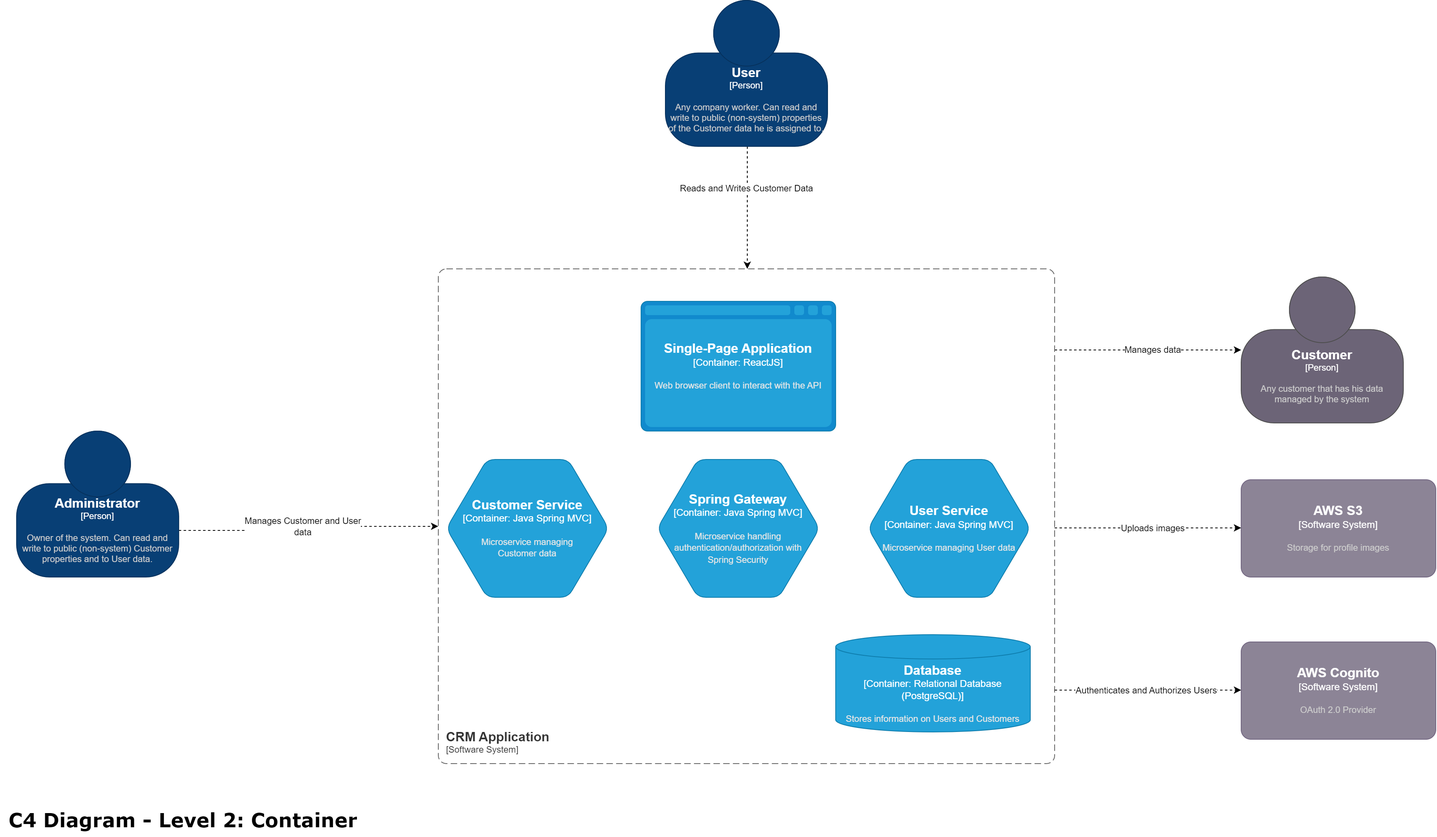
Earlier version of the draw.io export docs/c4level2.png (arthurraposodev/crm-api). Source tidied: cells renumbered, new cells last; positions are measured from the earlier drawing's top-left corner, leaving out a move shared by most shapes.
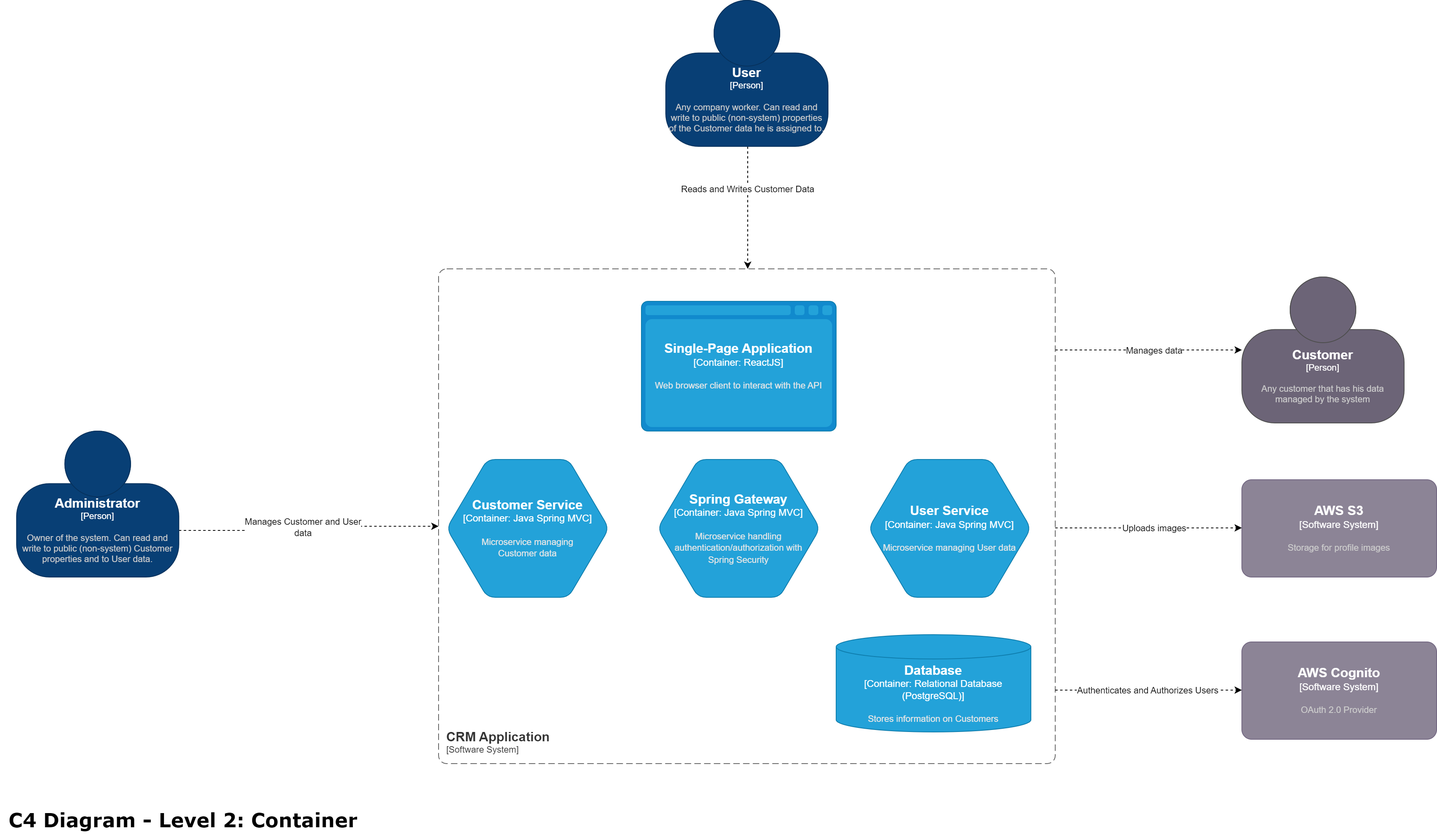
The same file after the commit.

What changed in the source:
```diff
@@ -57,7 +57,7 @@
         <mxGeometry x="540" y="331" width="760" height="610" as="geometry" />
       </mxCell>
     </object>
-    <object id="12" label="&lt;font style=&quot;font-size: 16px&quot;&gt;&lt;b&gt;%c4Type%&lt;/b&gt;&lt;/font&gt;&lt;div&gt;[%c4Container%:&amp;nbsp;%c4Technology%]&lt;/div&gt;&lt;br&gt;&lt;div&gt;&lt;font style=&quot;font-size: 11px&quot;&gt;&lt;font color=&quot;#E6E6E6&quot;&gt;%c4Description%&lt;/font&gt;&lt;/div&gt;" c4Container="Container" c4Description="Stores information on Users and Customers" c4Technology="Relational Database (PostgreSQL)" c4Type="Database" placeholders="1">
+    <object id="12" label="&lt;font style=&quot;font-size: 16px&quot;&gt;&lt;b&gt;%c4Type%&lt;/b&gt;&lt;/font&gt;&lt;div&gt;[%c4Container%:&amp;nbsp;%c4Technology%]&lt;/div&gt;&lt;br&gt;&lt;div&gt;&lt;font style=&quot;font-size: 11px&quot;&gt;&lt;font color=&quot;#E6E6E6&quot;&gt;%c4Description%&lt;/font&gt;&lt;/div&gt;" c4Container="Container" c4Description="Stores information on Customers" c4Technology="Relational Database (PostgreSQL)" c4Type="Database" placeholders="1">
       <mxCell style="shape=cylinder3;size=15;whiteSpace=wrap;html=1;boundedLbl=1;rounded=0;labelBackgroundColor=none;fillColor=#23A2D9;fontSize=12;fontColor=#ffffff;align=center;strokeColor=#0E7DAD;" parent="1" vertex="1">
         <mxGeometry x="1030" y="782" width="240" height="120" as="geometry" />
       </mxCell>
```
